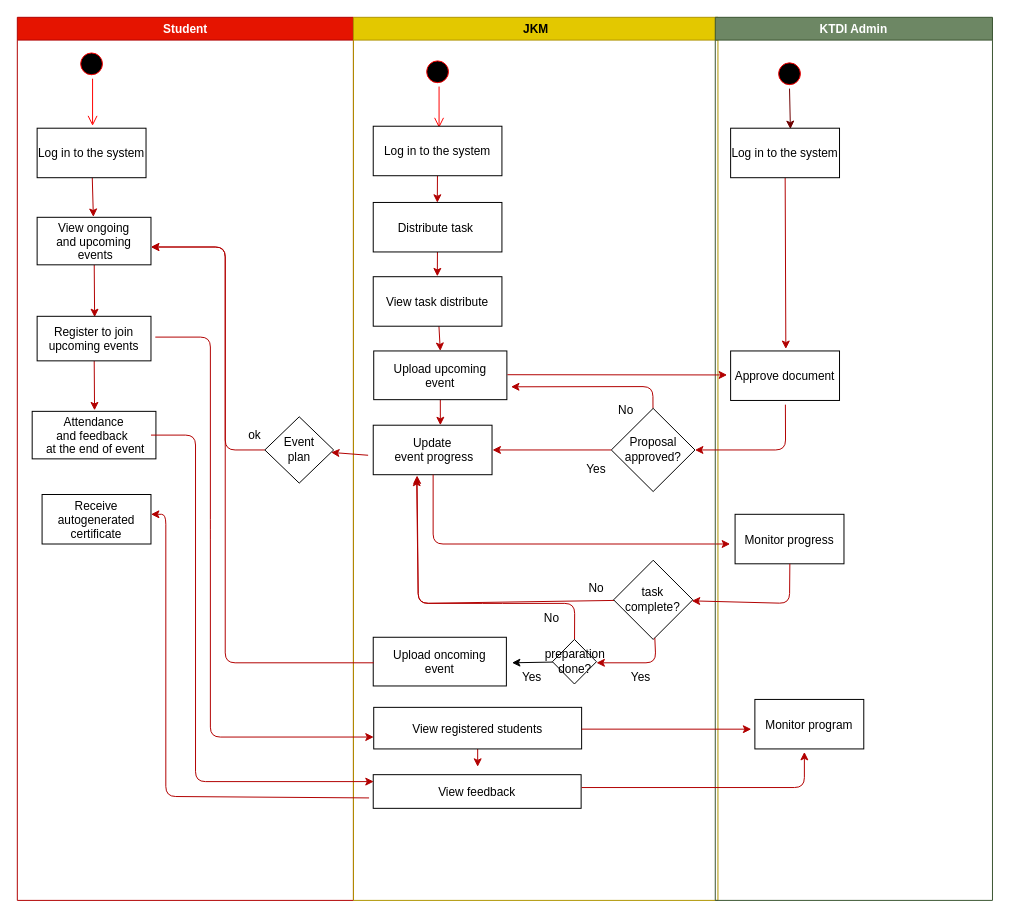
Above: page "activity" (4 of 10) of project/drawio/Curiousity/UML.drawio in drshahizan/software-engineering (draw.io), before the change. Source tidied: cells renumbered, new cells numbered last; positions are measured from the earlier drawing's top-left corner, leaving out a move shared by most shapes. Both pictures are drawn from the tidied source at 99%, with x=0, y=0 at pixel (17, 17).
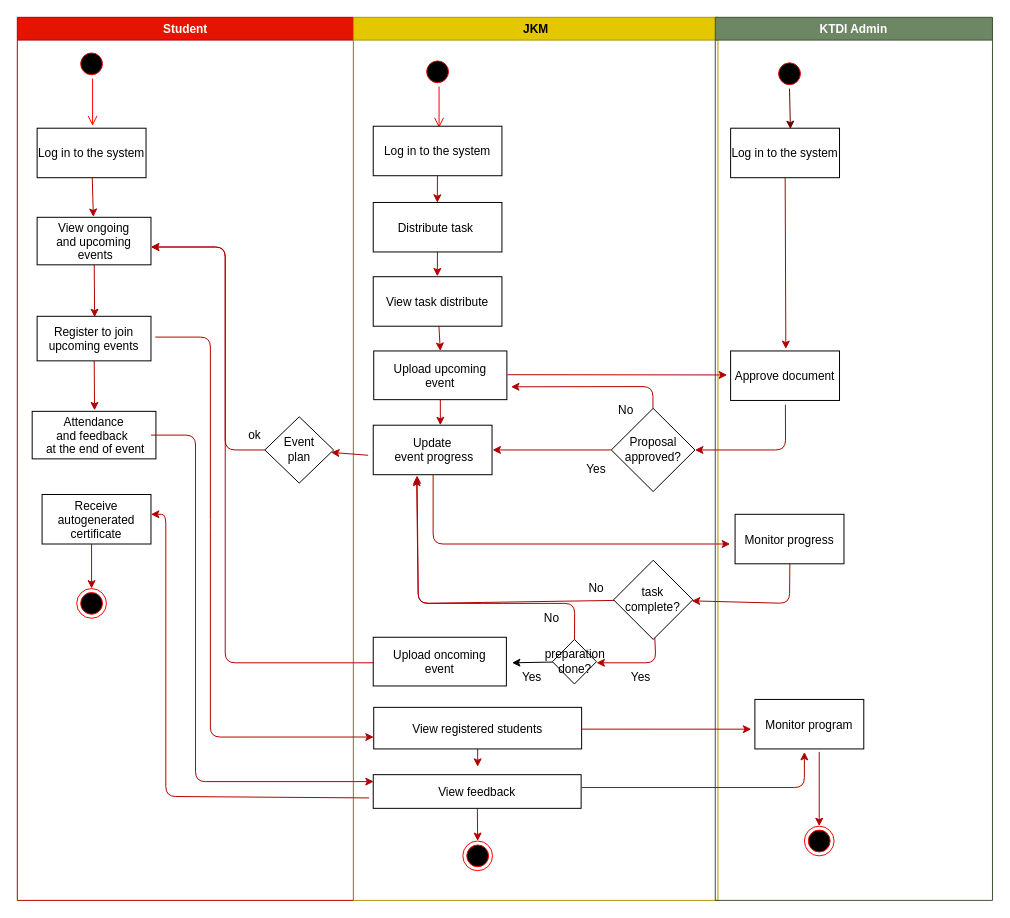
After the change.

The change refers to these unchanged cells:
```xml
<mxCell id="2" value="Student" style="swimlane;whiteSpace=wrap;fillColor=#e51400;fontColor=#ffffff;strokeColor=#B20000;" parent="1" vertex="1">
  <mxGeometry width="339.5" height="892" as="geometry" />
</mxCell>
<mxCell id="16" value="JKM" style="swimlane;whiteSpace=wrap;fillColor=#e3c800;fontColor=#000000;strokeColor=#B09500;" parent="1" vertex="1">
  <mxGeometry x="339.5" width="368.2" height="892" as="geometry" />
</mxCell>
<mxCell id="30" value="View feedback" parent="16" vertex="1">
  <mxGeometry x="20" y="765" width="210" height="34" as="geometry" />
</mxCell>
<mxCell id="47" value="KTDI Admin" style="swimlane;whiteSpace=wrap;fillColor=#6d8764;fontColor=#ffffff;strokeColor=#3A5431;" parent="1" vertex="1">
  <mxGeometry x="705" width="280" height="892" as="geometry" />
</mxCell>
```

Diff of the diagram source:
```diff
@@
+    <mxCell id="66" style="edgeStyle=none;html=1;fillColor=#e51400;strokeColor=#B20000;" parent="2" edge="1" target="67">
+      <mxGeometry relative="1" as="geometry">
+        <mxPoint x="75" y="507" as="sourcePoint" />
+      </mxGeometry>
+    </mxCell>
@@
+    <mxCell id="67" style="ellipse;html=1;shape=endState;fillColor=#000000;strokeColor=#ff0000;" parent="2" vertex="1">
+      <mxGeometry x="60" y="577" width="30" height="30" as="geometry" />
+    </mxCell>
@@
+    <mxCell id="68" style="edgeStyle=none;html=1;entryX=0.5;entryY=0;entryDx=0;entryDy=0;fillColor=#e51400;strokeColor=#B20000;" parent="16" edge="1" source="30" target="69">
+      <mxGeometry relative="1" as="geometry" />
+    </mxCell>
@@
+    <mxCell id="69" style="ellipse;html=1;shape=endState;fillColor=#000000;strokeColor=#ff0000;" parent="16" vertex="1">
+      <mxGeometry x="110.5" y="832" width="30" height="30" as="geometry" />
+    </mxCell>
@@
+    <mxCell id="70" style="ellipse;html=1;shape=endState;fillColor=#000000;strokeColor=#ff0000;" parent="47" vertex="1">
+      <mxGeometry x="90" y="817" width="30" height="30" as="geometry" />
+    </mxCell>
@@
+    <mxCell id="71" style="edgeStyle=none;html=1;fillColor=#e51400;entryX=0.5;entryY=0;entryDx=0;entryDy=0;strokeColor=#B20000;" parent="1" edge="1" target="70">
+      <mxGeometry relative="1" as="geometry">
+        <mxPoint x="810" y="742" as="sourcePoint" />
+      </mxGeometry>
+    </mxCell>
```
